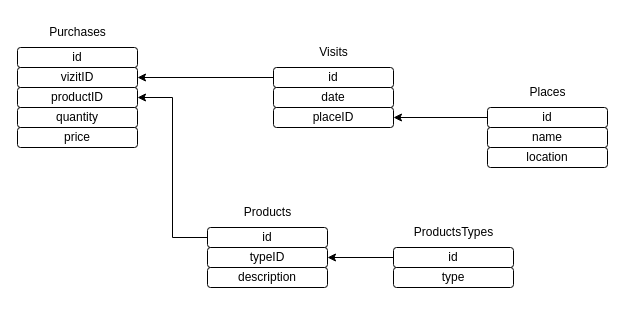
This is DB Structure.drawio from Yauhene/Expenses_09032025, a draw.io file, before an edit. Source tidied: cells renumbered, new cells numbered last; positions are measured from the earlier drawing's top-left corner, leaving out a move shared by most shapes. Both pictures are drawn from the tidied source at 100%, with x=0, y=0 at pixel (17, 17).
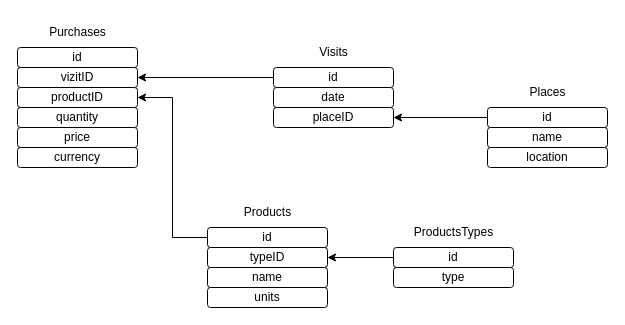
The same diagram, later.

The edit, as a diff of the source:
```diff
@@
-    <mxCell id="16" value="description" style="rounded=1;whiteSpace=wrap;html=1;" parent="1" vertex="1">
+    <mxCell id="16" value="name" style="rounded=1;whiteSpace=wrap;html=1;" parent="1" vertex="1">
       <mxGeometry x="190" y="250" width="120" height="20" as="geometry" />
     </mxCell>
@@
+    <mxCell id="27" value="currency" style="rounded=1;whiteSpace=wrap;html=1;" parent="1" vertex="1">
+      <mxGeometry y="130" width="120" height="20" as="geometry" />
+    </mxCell>
+    <mxCell id="28" value="units" style="rounded=1;whiteSpace=wrap;html=1;" parent="1" vertex="1">
+      <mxGeometry x="190" y="270" width="120" height="20" as="geometry" />
+    </mxCell>
```
